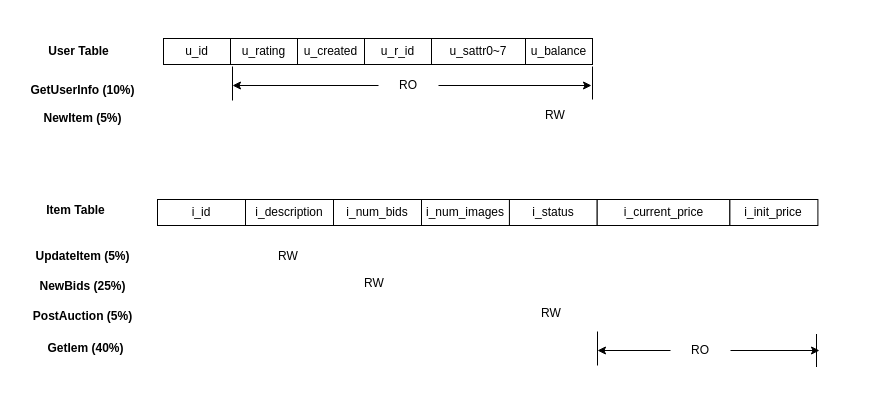
Earlier version of the draw.io diagram page "AuctionMark" (2 of 4) of DMTrans.drawio (Holworth/DrawIO). Source tidied: cells renumbered, new cells numbered last; positions are measured from the earlier drawing's top-left corner, leaving out a move shared by most shapes. Both pictures are drawn from the tidied source at 100%, with x=0, y=0 at pixel (17, 36).
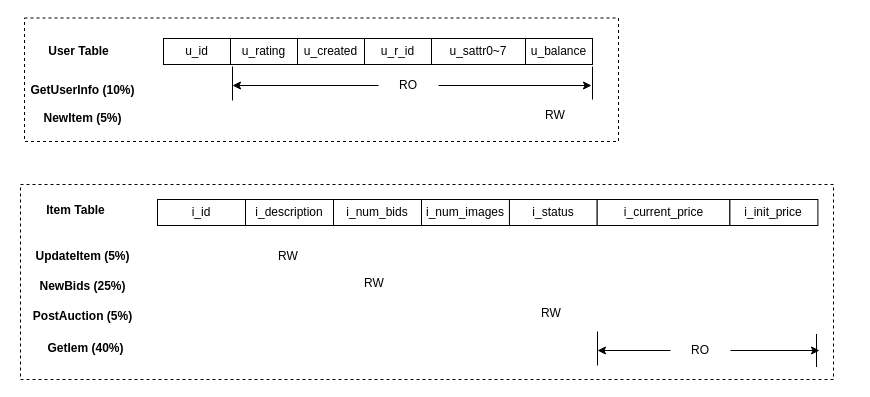
After the change.

Change to the diagram source:
```diff
@@
+    <mxCell id="38" style="rounded=0;whiteSpace=wrap;html=1;fillColor=none;dashed=1;" parent="1" vertex="1">
+      <mxGeometry x="7" y="-18.5" width="594" height="123.5" as="geometry" />
+    </mxCell>
+    <mxCell id="39" style="rounded=0;whiteSpace=wrap;html=1;fillColor=none;dashed=1;" parent="1" vertex="1">
+      <mxGeometry x="3" y="148" width="813" height="195" as="geometry" />
+    </mxCell>
```
